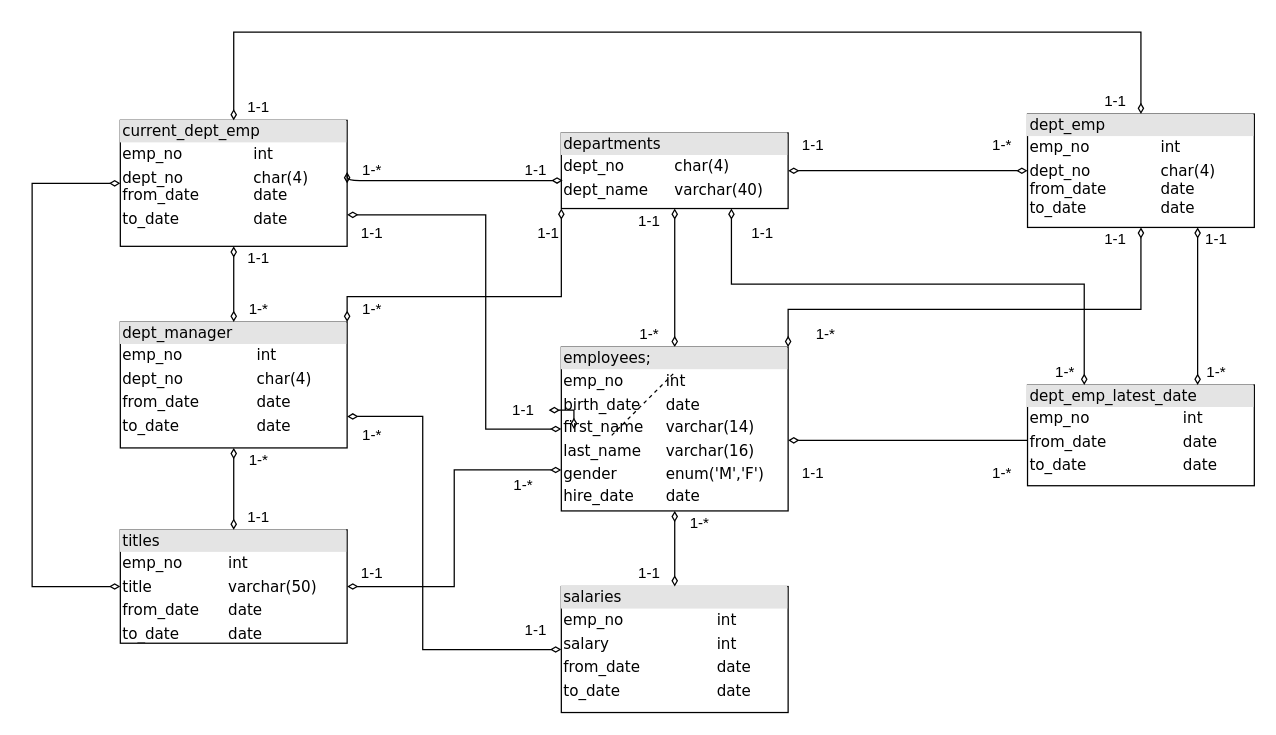
DemiurgeApeiron/A01028325-InternetOfThings keeps this draw.io diagram as act2/Relation Diagram.drawio. Above is the earlier version. Source tidied: cells renumbered, new cells numbered last; positions are measured from the earlier drawing's top-left corner, leaving out a move shared by most shapes. Both pictures are drawn from the tidied source at 126%, with x=0, y=0 at pixel (32, 32).
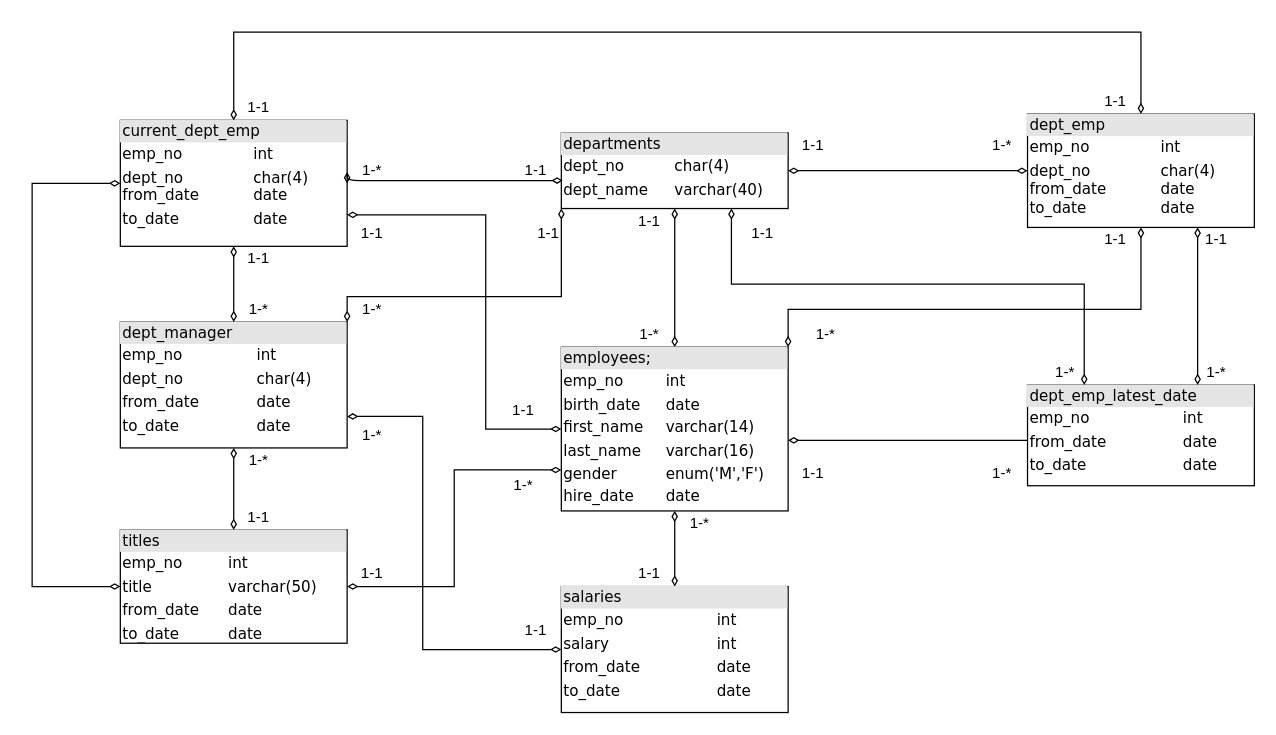
After the change.

Unchanged cells that the change refers to:
```xml
<mxCell id="13" value="&lt;div style=&quot;box-sizing: border-box ; width: 100% ; background: #e4e4e4 ; padding: 2px&quot;&gt;employees;&lt;/div&gt;&lt;table style=&quot;width: 100% ; font-size: 1em&quot; cellspacing=&quot;0&quot; cellpadding=&quot;2&quot;&gt;&lt;tbody&gt;&lt;tr&gt;&lt;td&gt;emp_no&lt;/td&gt;&lt;td&gt;int&lt;/td&gt;&lt;/tr&gt;&lt;tr&gt;&lt;td&gt;birth_date&lt;/td&gt;&lt;td&gt;date&lt;/td&gt;&lt;/tr&gt;&lt;tr&gt;&lt;td&gt;first_name&lt;br&gt;&lt;/td&gt;&lt;td&gt;varchar(14)&lt;/td&gt;&lt;/tr&gt;&lt;tr&gt;&lt;td&gt;last_name&lt;br&gt;&lt;/td&gt;&lt;td&gt;varchar(16)&lt;br&gt;&lt;/td&gt;&lt;/tr&gt;&lt;tr&gt;&lt;td&gt;gender&lt;br&gt;&lt;/td&gt;&lt;td&gt;enum('M','F')&lt;br&gt;&lt;/td&gt;&lt;/tr&gt;&lt;tr&gt;&lt;td&gt;hire_date&lt;br&gt;&lt;/td&gt;&lt;td&gt;date&lt;br&gt;&lt;/td&gt;&lt;/tr&gt;&lt;tr&gt;&lt;td&gt;&lt;br&gt;&lt;/td&gt;&lt;td&gt;&lt;br&gt;&lt;/td&gt;&lt;/tr&gt;&lt;tr&gt;&lt;td&gt;&lt;br&gt;&lt;/td&gt;&lt;td&gt;&lt;br&gt;&lt;/td&gt;&lt;/tr&gt;&lt;tr&gt;&lt;td&gt;&lt;br&gt;&lt;/td&gt;&lt;td&gt;&lt;br&gt;&lt;/td&gt;&lt;/tr&gt;&lt;tr&gt;&lt;td&gt;&lt;br&gt;&lt;/td&gt;&lt;td&gt;&lt;br&gt;&lt;/td&gt;&lt;/tr&gt;&lt;tr&gt;&lt;td&gt;&lt;br&gt;&lt;/td&gt;&lt;td&gt;&lt;br&gt;&lt;/td&gt;&lt;/tr&gt;&lt;tr&gt;&lt;td&gt;&lt;br&gt;&lt;/td&gt;&lt;td&gt;&lt;br&gt;&lt;/td&gt;&lt;/tr&gt;&lt;tr&gt;&lt;td&gt;&lt;br&gt;&lt;/td&gt;&lt;td&gt;&lt;br&gt;&lt;/td&gt;&lt;/tr&gt;&lt;tr&gt;&lt;td&gt;&lt;br&gt;&lt;/td&gt;&lt;td&gt;&lt;br&gt;&lt;/td&gt;&lt;/tr&gt;&lt;tr&gt;&lt;td&gt;&lt;br&gt;&lt;/td&gt;&lt;td&gt;&lt;br&gt;&lt;/td&gt;&lt;/tr&gt;&lt;tr&gt;&lt;td&gt;&lt;br&gt;&lt;/td&gt;&lt;td&gt;&lt;br&gt;&lt;/td&gt;&lt;/tr&gt;&lt;tr&gt;&lt;td&gt;&lt;br&gt;&lt;/td&gt;&lt;td&gt;&lt;br&gt;&lt;/td&gt;&lt;/tr&gt;&lt;/tbody&gt;&lt;/table&gt;" style="verticalAlign=top;align=left;overflow=fill;html=1;rounded=0;shadow=0;comic=0;labelBackgroundColor=none;strokeWidth=1;fontFamily=Verdana;fontSize=12;" parent="1" vertex="1">
  <mxGeometry x="420" y="250" width="180" height="130" as="geometry" />
</mxCell>
<mxCell id="27" value="1-1" style="text;html=1;strokeColor=none;fillColor=none;align=center;verticalAlign=middle;whiteSpace=wrap;rounded=0;" parent="1" vertex="1">
  <mxGeometry x="370" y="290" width="40" height="20" as="geometry" />
</mxCell>
```

Diff of the diagram source:
```diff
@@
-    <mxCell id="17" style="endArrow=none;dashed=1;html=1;" parent="1" edge="1">
-      <mxGeometry relative="1" as="geometry">
-        <mxPoint x="460" y="320" as="sourcePoint" />
-        <mxPoint x="510" y="270" as="targetPoint" />
-      </mxGeometry>
-    </mxCell>
@@
-    <mxCell id="26" style="edgeStyle=orthogonalEdgeStyle;rounded=0;jumpSize=0;jettySize=auto;html=1;startArrow=diamondThin;startFill=0;endArrow=diamondThin;endFill=0;strokeColor=#000000;strokeWidth=1;" parent="1" edge="1" source="27" target="13">
-      <mxGeometry relative="1" as="geometry" />
-    </mxCell>
```
